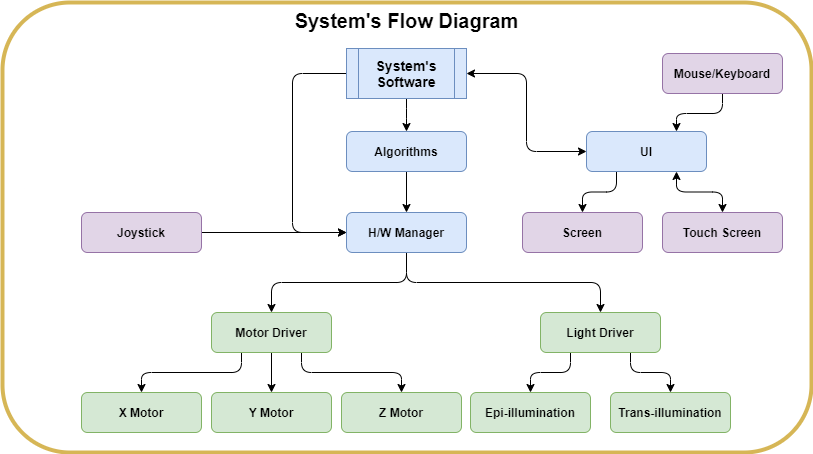
Before: Draw/SystemFlowDiagram.png, a diagram exported from draw.io (tsakalifas79/Thesis). Source tidied: cells renumbered, new cells last; positions are measured from the earlier drawing's top-left corner, leaving out a move shared by most shapes.
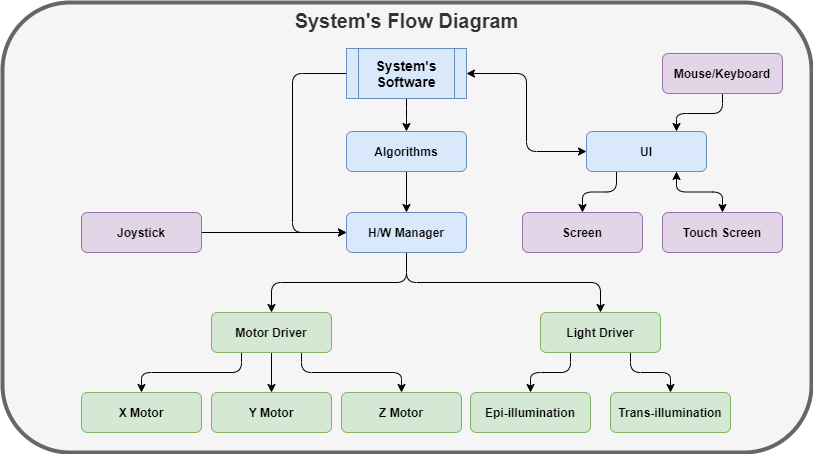
Above is the later version.

Change to the diagram source:
```diff
@@ -2,7 +2,7 @@
   <root>
     <mxCell id="0" />
     <mxCell id="1" parent="0" />
-    <mxCell id="2" value="&lt;b&gt;&lt;font style=&quot;font-size: 20px&quot;&gt;System's Flow Diagram&lt;br&gt;&lt;/font&gt;&lt;/b&gt;" style="rounded=1;whiteSpace=wrap;html=1;verticalAlign=top;strokeColor=#d6b656;fillColor=none;strokeWidth=4;" parent="1" vertex="1">
+    <mxCell id="2" value="&lt;b&gt;&lt;font style=&quot;font-size: 20px&quot;&gt;System's Flow Diagram&lt;br&gt;&lt;/font&gt;&lt;/b&gt;" style="rounded=1;whiteSpace=wrap;html=1;verticalAlign=top;strokeColor=#666666;strokeWidth=4;fillColor=#f5f5f5;fontColor=#333333;" parent="1" vertex="1">
       <mxGeometry width="809" height="450" as="geometry" />
     </mxCell>
     <mxCell id="3" style="edgeStyle=orthogonalEdgeStyle;rounded=1;jettySize=auto;html=1;exitX=0.5;exitY=1;exitDx=0;exitDy=0;startArrow=none;startFill=0;" parent="1" edge="1" source="5" target="7">
```
